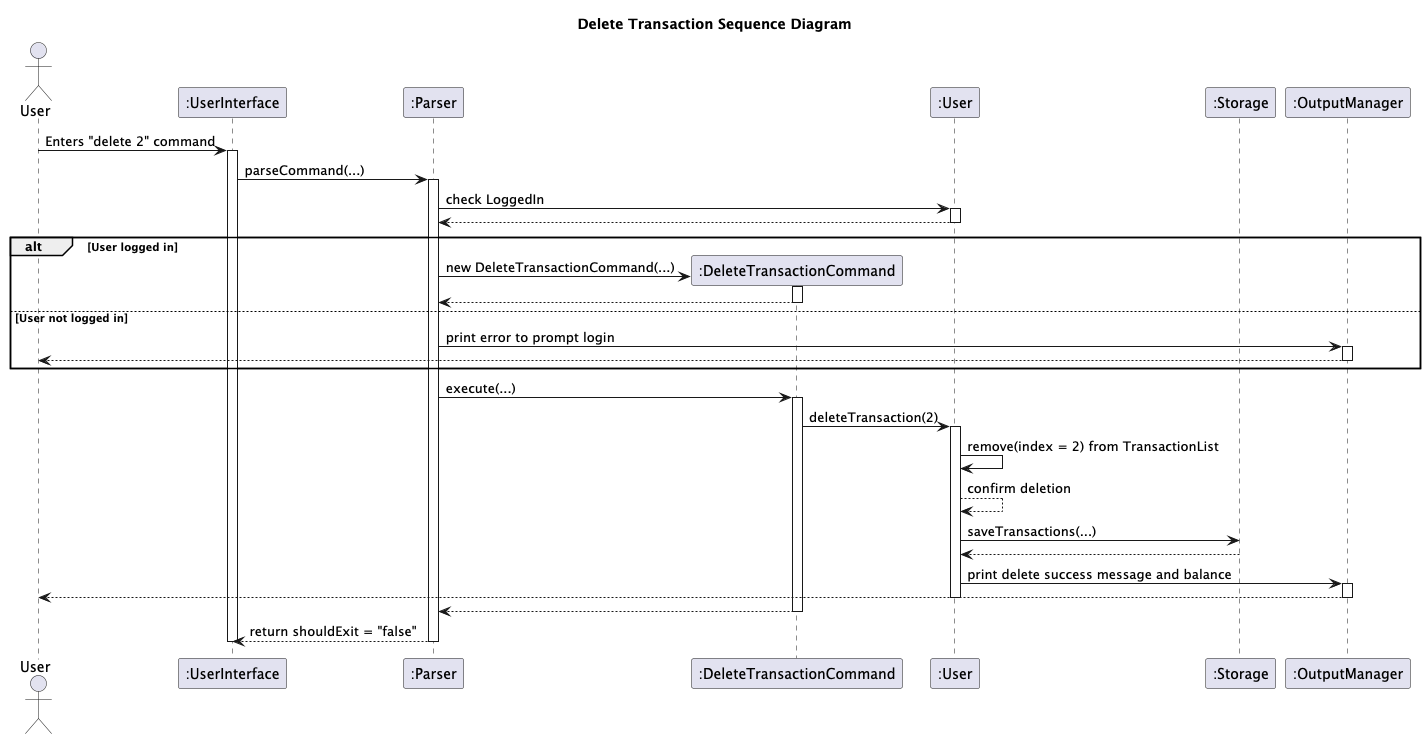
Before: docs/team/CommandFeature/deleteCommand/Delete_Transaction_Sequence_Diagram.png, a diagram exported from PlantUML (AY2526S1-CS2113-W10-2/tp).
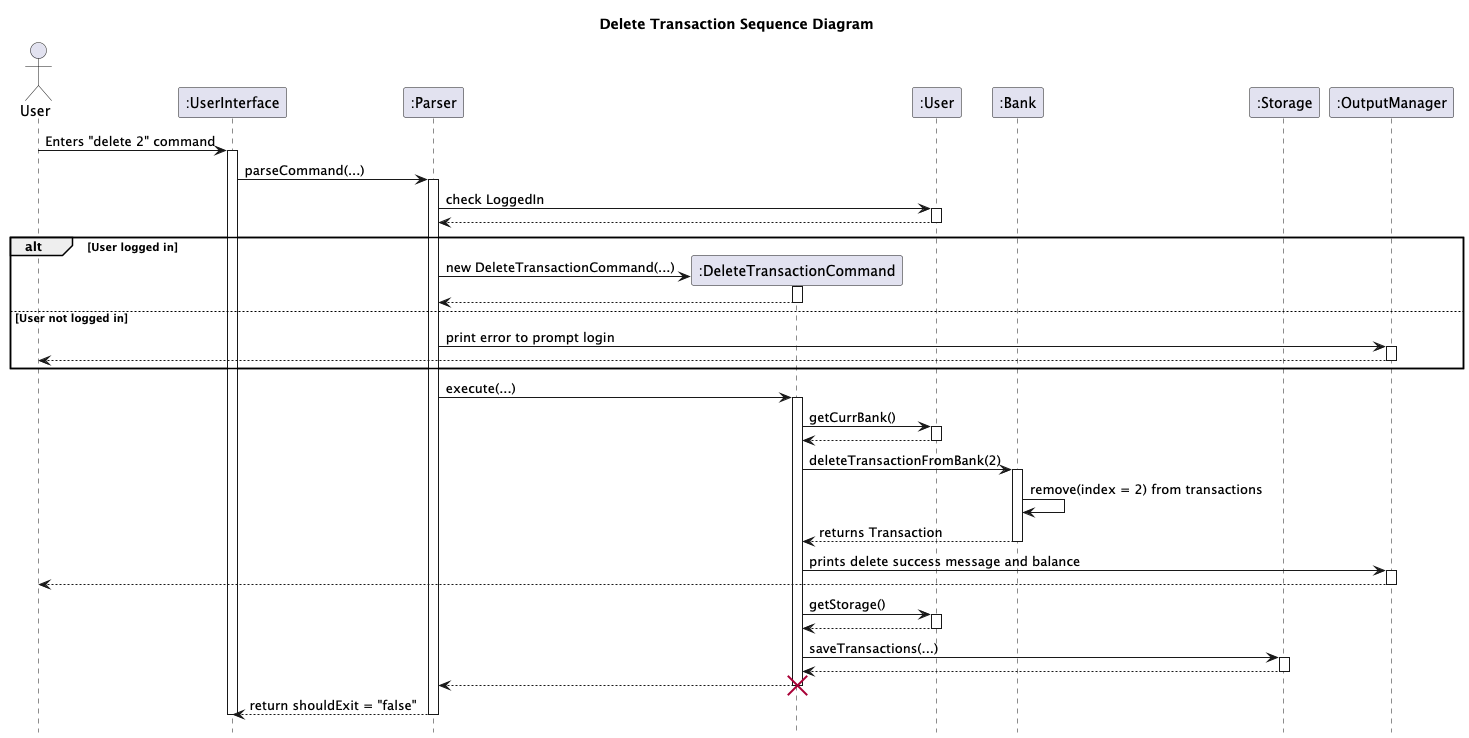
The same file after the commit.

Commit message:
Update deleteTransactionCommand Sequence Diagram

What changed in the source:
```diff
@@ -1,11 +1,13 @@
 @startuml
 
+hide footbox
 actor User as U
 
 participant ":UserInterface" as UserInterface
 participant ":Parser" as Parser
 participant ":DeleteTransactionCommand" as DeleteTransactionCommand
 participant ":User" as User
+participant ":Bank" as Bank
 participant ":Storage" as Storage
 participant ":OutputManager" as OutputManager
 
@@ -43,23 +45,31 @@
 Parser -> DeleteTransactionCommand : execute(...)
     activate DeleteTransactionCommand
 
-    DeleteTransactionCommand -> User : deleteTransaction(2)
+    DeleteTransactionCommand -> User : getCurrBank()
     activate User
+    User --> DeleteTransactionCommand
+    deactivate User
+    DeleteTransactionCommand -> Bank : deleteTransactionFromBank(2)
+    activate Bank
 
-    User -> User : remove(index = 2) from TransactionList
-    User --> User : confirm deletion
+    Bank -> Bank : remove(index = 2) from transactions
+    Bank --> DeleteTransactionCommand: returns Transaction
+    deactivate Bank
 
-    User -> Storage : saveTransactions(...)
-    Storage --> User
-
-    User -> OutputManager : print delete success message and balance
+    DeleteTransactionCommand -> OutputManager : prints delete success message and balance
     activate OutputManager
-
     OutputManager --> U
     deactivate OutputManager
+    DeleteTransactionCommand -> User : getStorage()
+    activate User
+    User --> DeleteTransactionCommand
     deactivate User
+    DeleteTransactionCommand -> Storage : saveTransactions(...)
+    activate Storage
+    Storage --> DeleteTransactionCommand
+    deactivate Storage
     DeleteTransactionCommand --> Parser
-    deactivate DeleteTransactionCommand
+    destroy DeleteTransactionCommand
 
 Parser --> UserInterface : return shouldExit = "false"
 deactivate Parser
```
